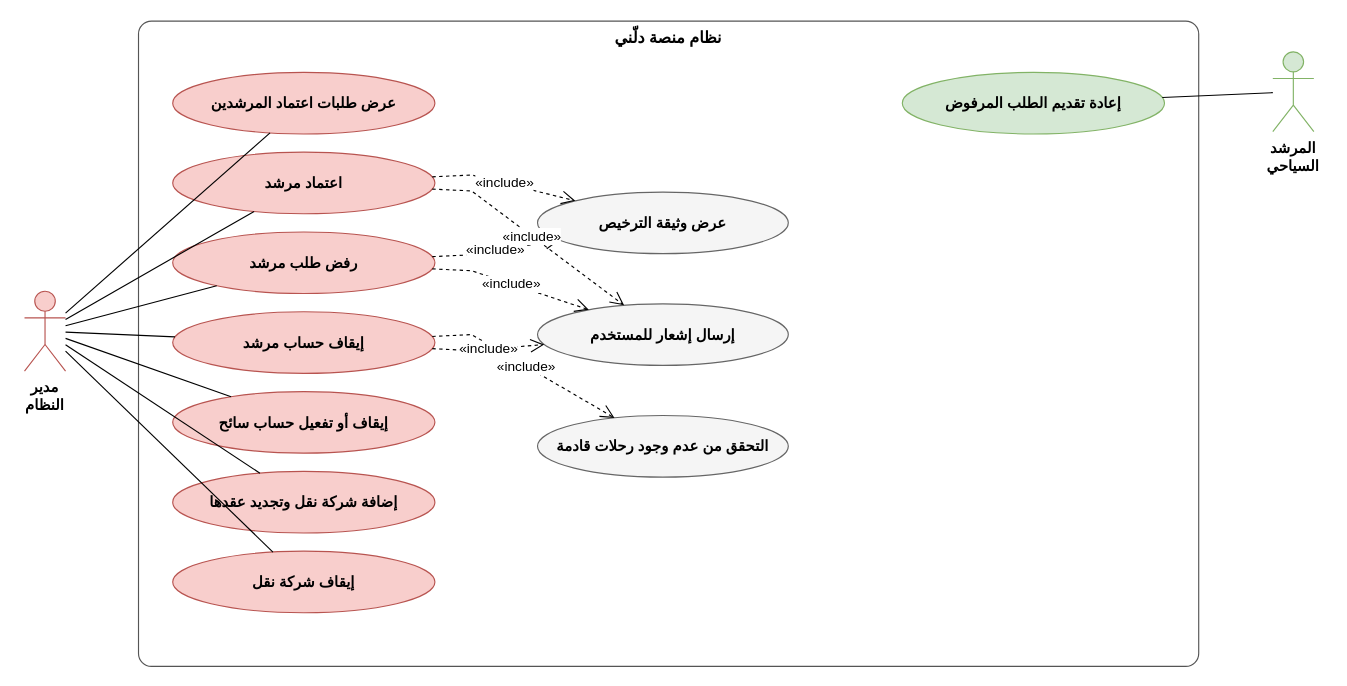
Earlier version of the draw.io diagram مخططات_التحليل_drawio/uc03_users.drawio (masara-prog/Delni-project). Source tidied: cells renumbered, new cells numbered last; positions are measured from the earlier drawing's top-left corner, leaving out a move shared by most shapes. Both pictures are drawn from the tidied source at 114%, with x=0, y=0 at pixel (24, 21).
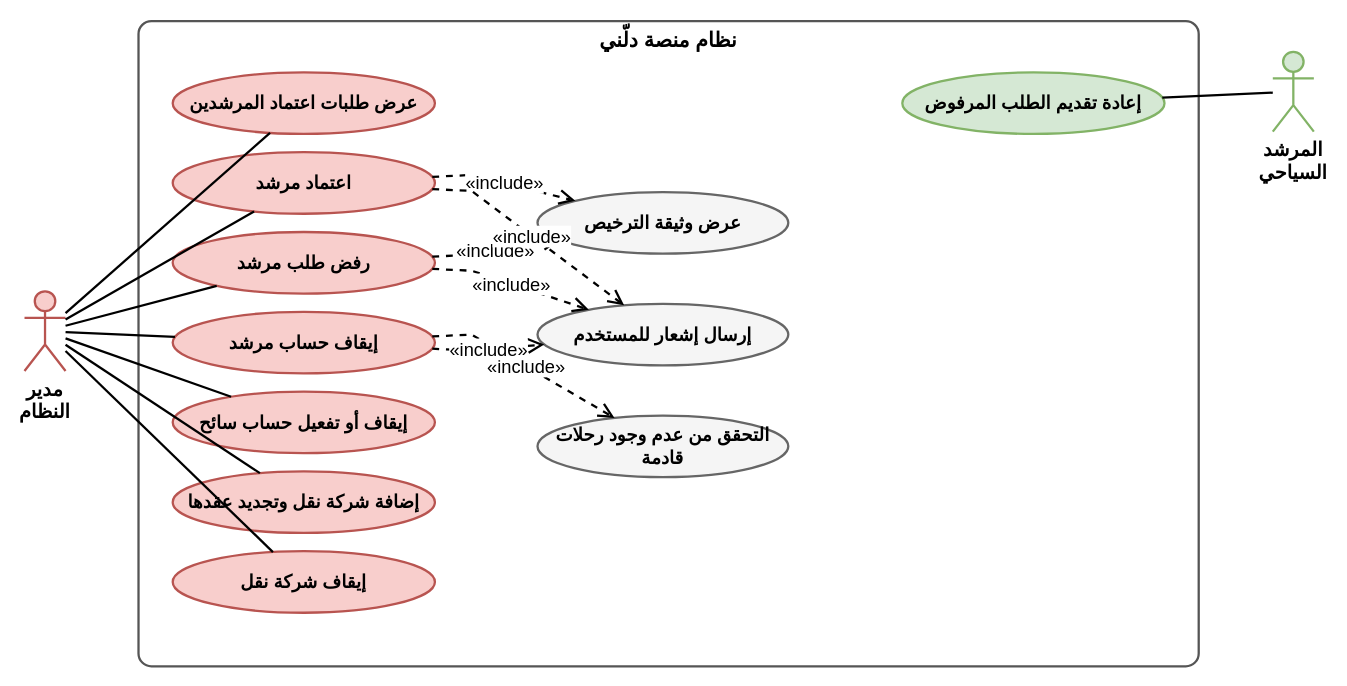
The same page after the edit.

What changed in the source:
```diff
@@
-    <mxCell id="2" value="عرض طلبات اعتماد المرشدين" style="ellipse;html=1;whiteSpace=wrap;fontFamily=Arial;fontSize=13;fontStyle=1;fillColor=#f8cecc;strokeColor=#b85450;" parent="1" vertex="1">
+    <mxCell id="2" value="عرض طلبات اعتماد المرشدين" style="ellipse;html=1;whiteSpace=wrap;fontFamily=Arial;fontSize=16;fontStyle=1;fillColor=#f8cecc;strokeColor=#b85450;strokeWidth=2;" parent="1" vertex="1">
       <mxGeometry x="130" y="45" width="230" height="54" as="geometry" />
     </mxCell>
-    <mxCell id="3" value="اعتماد مرشد" style="ellipse;html=1;whiteSpace=wrap;fontFamily=Arial;fontSize=13;fontStyle=1;fillColor=#f8cecc;strokeColor=#b85450;" parent="1" vertex="1">
+    <mxCell id="3" value="اعتماد مرشد" style="ellipse;html=1;whiteSpace=wrap;fontFamily=Arial;fontSize=16;fontStyle=1;fillColor=#f8cecc;strokeColor=#b85450;strokeWidth=2;" parent="1" vertex="1">
       <mxGeometry x="130" y="115" width="230" height="54" as="geometry" />
     </mxCell>
-    <mxCell id="4" value="رفض طلب مرشد" style="ellipse;html=1;whiteSpace=wrap;fontFamily=Arial;fontSize=13;fontStyle=1;fillColor=#f8cecc;strokeColor=#b85450;" parent="1" vertex="1">
+    <mxCell id="4" value="رفض طلب مرشد" style="ellipse;html=1;whiteSpace=wrap;fontFamily=Arial;fontSize=16;fontStyle=1;fillColor=#f8cecc;strokeColor=#b85450;strokeWidth=2;" parent="1" vertex="1">
       <mxGeometry x="130" y="185" width="230" height="54" as="geometry" />
     </mxCell>
-    <mxCell id="5" value="إيقاف حساب مرشد" style="ellipse;html=1;whiteSpace=wrap;fontFamily=Arial;fontSize=13;fontStyle=1;fillColor=#f8cecc;strokeColor=#b85450;" parent="1" vertex="1">
+    <mxCell id="5" value="إيقاف حساب مرشد" style="ellipse;html=1;whiteSpace=wrap;fontFamily=Arial;fontSize=16;fontStyle=1;fillColor=#f8cecc;strokeColor=#b85450;strokeWidth=2;" parent="1" vertex="1">
       <mxGeometry x="130" y="255" width="230" height="54" as="geometry" />
     </mxCell>
-    <mxCell id="6" value="إيقاف أو تفعيل حساب سائح" style="ellipse;html=1;whiteSpace=wrap;fontFamily=Arial;fontSize=13;fontStyle=1;fillColor=#f8cecc;strokeColor=#b85450;" parent="1" vertex="1">
+    <mxCell id="6" value="إيقاف أو تفعيل حساب سائح" style="ellipse;html=1;whiteSpace=wrap;fontFamily=Arial;fontSize=16;fontStyle=1;fillColor=#f8cecc;strokeColor=#b85450;strokeWidth=2;" parent="1" vertex="1">
       <mxGeometry x="130" y="325" width="230" height="54" as="geometry" />
     </mxCell>
-    <mxCell id="7" value="إضافة شركة نقل وتجديد عقدها" style="ellipse;html=1;whiteSpace=wrap;fontFamily=Arial;fontSize=13;fontStyle=1;fillColor=#f8cecc;strokeColor=#b85450;" parent="1" vertex="1">
+    <mxCell id="7" value="إضافة شركة نقل وتجديد عقدها" style="ellipse;html=1;whiteSpace=wrap;fontFamily=Arial;fontSize=16;fontStyle=1;fillColor=#f8cecc;strokeColor=#b85450;strokeWidth=2;" parent="1" vertex="1">
       <mxGeometry x="130" y="395" width="230" height="54" as="geometry" />
     </mxCell>
-    <mxCell id="8" value="إيقاف شركة نقل" style="ellipse;html=1;whiteSpace=wrap;fontFamily=Arial;fontSize=13;fontStyle=1;fillColor=#f8cecc;strokeColor=#b85450;" parent="1" vertex="1">
+    <mxCell id="8" value="إيقاف شركة نقل" style="ellipse;html=1;whiteSpace=wrap;fontFamily=Arial;fontSize=16;fontStyle=1;fillColor=#f8cecc;strokeColor=#b85450;strokeWidth=2;" parent="1" vertex="1">
       <mxGeometry x="130" y="465" width="230" height="54" as="geometry" />
     </mxCell>
-    <mxCell id="9" value="مدير النظام" style="shape=umlActor;verticalLabelPosition=bottom;verticalAlign=top;html=1;whiteSpace=wrap;fontFamily=Arial;fontSize=13;fontStyle=1;fillColor=#f8cecc;strokeColor=#b85450;" parent="1" vertex="1">
+    <mxCell id="9" value="مدير النظام" style="shape=umlActor;verticalLabelPosition=bottom;verticalAlign=top;html=1;whiteSpace=wrap;fontFamily=Arial;fontSize=17;fontStyle=1;fillColor=#f8cecc;strokeColor=#b85450;strokeWidth=2;" parent="1" vertex="1">
       <mxGeometry y="237" width="36" height="70" as="geometry" />
     </mxCell>
-    <mxCell id="10" value="إعادة تقديم الطلب المرفوض" style="ellipse;html=1;whiteSpace=wrap;fontFamily=Arial;fontSize=13;fontStyle=1;fillColor=#d5e8d4;strokeColor=#82b366;" parent="1" vertex="1">
+    <mxCell id="10" value="إعادة تقديم الطلب المرفوض" style="ellipse;html=1;whiteSpace=wrap;fontFamily=Arial;fontSize=16;fontStyle=1;fillColor=#d5e8d4;strokeColor=#82b366;strokeWidth=2;" parent="1" vertex="1">
       <mxGeometry x="770" y="45" width="230" height="54" as="geometry" />
     </mxCell>
-    <mxCell id="11" value="المرشد السياحي" style="shape=umlActor;verticalLabelPosition=bottom;verticalAlign=top;html=1;whiteSpace=wrap;fontFamily=Arial;fontSize=13;fontStyle=1;fillColor=#d5e8d4;strokeColor=#82b366;" parent="1" vertex="1">
+    <mxCell id="11" value="المرشد السياحي" style="shape=umlActor;verticalLabelPosition=bottom;verticalAlign=top;html=1;whiteSpace=wrap;fontFamily=Arial;fontSize=17;fontStyle=1;fillColor=#d5e8d4;strokeColor=#82b366;strokeWidth=2;" parent="1" vertex="1">
       <mxGeometry x="1095" y="27" width="36" height="70" as="geometry" />
     </mxCell>
-    <mxCell id="12" value="عرض وثيقة الترخيص" style="ellipse;html=1;whiteSpace=wrap;fontFamily=Arial;fontSize=13;fontStyle=1;fillColor=#f5f5f5;strokeColor=#666666;" parent="1" vertex="1">
+    <mxCell id="12" value="عرض وثيقة الترخيص" style="ellipse;html=1;whiteSpace=wrap;fontFamily=Arial;fontSize=16;fontStyle=1;fillColor=#f5f5f5;strokeColor=#666666;strokeWidth=2;" parent="1" vertex="1">
       <mxGeometry x="450" y="150" width="220" height="54" as="geometry" />
     </mxCell>
-    <mxCell id="13" value="إرسال إشعار للمستخدم" style="ellipse;html=1;whiteSpace=wrap;fontFamily=Arial;fontSize=13;fontStyle=1;fillColor=#f5f5f5;strokeColor=#666666;" parent="1" vertex="1">
+    <mxCell id="13" value="إرسال إشعار للمستخدم" style="ellipse;html=1;whiteSpace=wrap;fontFamily=Arial;fontSize=16;fontStyle=1;fillColor=#f5f5f5;strokeColor=#666666;strokeWidth=2;" parent="1" vertex="1">
       <mxGeometry x="450" y="248" width="220" height="54" as="geometry" />
     </mxCell>
-    <mxCell id="14" value="التحقق من عدم وجود رحلات قادمة" style="ellipse;html=1;whiteSpace=wrap;fontFamily=Arial;fontSize=13;fontStyle=1;fillColor=#f5f5f5;strokeColor=#666666;" parent="1" vertex="1">
+    <mxCell id="14" value="التحقق من عدم وجود رحلات قادمة" style="ellipse;html=1;whiteSpace=wrap;fontFamily=Arial;fontSize=16;fontStyle=1;fillColor=#f5f5f5;strokeColor=#666666;strokeWidth=2;" parent="1" vertex="1">
       <mxGeometry x="450" y="346" width="220" height="54" as="geometry" />
     </mxCell>
-    <mxCell id="15" value="نظام منصة دلّني" style="rounded=1;arcSize=2;verticalAlign=top;fillColor=none;html=1;whiteSpace=wrap;fontFamily=Arial;fontSize=14;fontStyle=1;strokeColor=#555555;" parent="1" vertex="1">
+    <mxCell id="15" value="نظام منصة دلّني" style="rounded=1;arcSize=2;verticalAlign=top;fillColor=none;html=1;whiteSpace=wrap;fontFamily=Arial;fontSize=18;fontStyle=1;strokeColor=#555555;strokeWidth=2;" parent="1" vertex="1">
       <mxGeometry x="100" width="930" height="566" as="geometry" />
     </mxCell>
-    <mxCell id="16" style="endArrow=none;html=1;rounded=0;fontFamily=Arial;fontSize=12;labelBackgroundColor=#ffffff;" parent="1" edge="1" source="9" target="2">
+    <mxCell id="16" style="endArrow=none;html=1;rounded=0;fontFamily=Arial;fontSize=16;labelBackgroundColor=#ffffff;strokeWidth=2;" parent="1" edge="1" source="9" target="2">
       <mxGeometry relative="1" as="geometry" />
     </mxCell>
-    <mxCell id="17" style="endArrow=none;html=1;rounded=0;fontFamily=Arial;fontSize=12;labelBackgroundColor=#ffffff;" parent="1" edge="1" source="9" target="3">
+    <mxCell id="17" style="endArrow=none;html=1;rounded=0;fontFamily=Arial;fontSize=16;labelBackgroundColor=#ffffff;strokeWidth=2;" parent="1" edge="1" source="9" target="3">
       <mxGeometry relative="1" as="geometry" />
     </mxCell>
-    <mxCell id="18" style="endArrow=none;html=1;rounded=0;fontFamily=Arial;fontSize=12;labelBackgroundColor=#ffffff;" parent="1" edge="1" source="9" target="4">
+    <mxCell id="18" style="endArrow=none;html=1;rounded=0;fontFamily=Arial;fontSize=16;labelBackgroundColor=#ffffff;strokeWidth=2;" parent="1" edge="1" source="9" target="4">
       <mxGeometry relative="1" as="geometry" />
     </mxCell>
-    <mxCell id="19" style="endArrow=none;html=1;rounded=0;fontFamily=Arial;fontSize=12;labelBackgroundColor=#ffffff;" parent="1" edge="1" source="9" target="5">
+    <mxCell id="19" style="endArrow=none;html=1;rounded=0;fontFamily=Arial;fontSize=16;labelBackgroundColor=#ffffff;strokeWidth=2;" parent="1" edge="1" source="9" target="5">
       <mxGeometry relative="1" as="geometry" />
     </mxCell>
-    <mxCell id="20" style="endArrow=none;html=1;rounded=0;fontFamily=Arial;fontSize=12;labelBackgroundColor=#ffffff;" parent="1" edge="1" source="9" target="6">
+    <mxCell id="20" style="endArrow=none;html=1;rounded=0;fontFamily=Arial;fontSize=16;labelBackgroundColor=#ffffff;strokeWidth=2;" parent="1" edge="1" source="9" target="6">
       <mxGeometry relative="1" as="geometry" />
     </mxCell>
-    <mxCell id="21" style="endArrow=none;html=1;rounded=0;fontFamily=Arial;fontSize=12;labelBackgroundColor=#ffffff;" parent="1" edge="1" source="9" target="7">
+    <mxCell id="21" style="endArrow=none;html=1;rounded=0;fontFamily=Arial;fontSize=16;labelBackgroundColor=#ffffff;strokeWidth=2;" parent="1" edge="1" source="9" target="7">
       <mxGeometry relative="1" as="geometry" />
     </mxCell>
-    <mxCell id="22" style="endArrow=none;html=1;rounded=0;fontFamily=Arial;fontSize=12;labelBackgroundColor=#ffffff;" parent="1" edge="1" source="9" target="8">
+    <mxCell id="22" style="endArrow=none;html=1;rounded=0;fontFamily=Arial;fontSize=16;labelBackgroundColor=#ffffff;strokeWidth=2;" parent="1" edge="1" source="9" target="8">
       <mxGeometry relative="1" as="geometry" />
     </mxCell>
-    <mxCell id="23" style="endArrow=none;html=1;rounded=0;fontFamily=Arial;fontSize=12;labelBackgroundColor=#ffffff;" parent="1" edge="1" source="11" target="10">
+    <mxCell id="23" style="endArrow=none;html=1;rounded=0;fontFamily=Arial;fontSize=16;labelBackgroundColor=#ffffff;strokeWidth=2;" parent="1" edge="1" source="11" target="10">
       <mxGeometry relative="1" as="geometry" />
     </mxCell>
-    <mxCell id="24" value="«include»" style="dashed=1;endArrow=open;endSize=10;html=1;rounded=0;fontFamily=Arial;fontSize=12;labelBackgroundColor=#ffffff;" parent="1" edge="1" source="3" target="12">
+    <mxCell id="24" value="«include»" style="dashed=1;endArrow=open;endSize=10;html=1;rounded=0;fontFamily=Arial;fontSize=16;labelBackgroundColor=#ffffff;strokeWidth=2;" parent="1" edge="1" source="3" target="12">
       <mxGeometry relative="1" as="geometry">
         <Array as="points">
           <mxPoint x="392.2" y="135" />
         </Array>
       </mxGeometry>
     </mxCell>
-    <mxCell id="25" value="«include»" style="dashed=1;endArrow=open;endSize=10;html=1;rounded=0;fontFamily=Arial;fontSize=12;labelBackgroundColor=#ffffff;" parent="1" edge="1" source="4" target="12">
+    <mxCell id="25" value="«include»" style="dashed=1;endArrow=open;endSize=10;html=1;rounded=0;fontFamily=Arial;fontSize=16;labelBackgroundColor=#ffffff;strokeWidth=2;" parent="1" edge="1" source="4" target="12">
       <mxGeometry relative="1" as="geometry">
         <Array as="points">
           <mxPoint x="392.2" y="205" />
         </Array>
       </mxGeometry>
     </mxCell>
-    <mxCell id="26" value="«include»" style="dashed=1;endArrow=open;endSize=10;html=1;rounded=0;fontFamily=Arial;fontSize=12;labelBackgroundColor=#ffffff;" parent="1" edge="1" source="5" target="14">
+    <mxCell id="26" value="«include»" style="dashed=1;endArrow=open;endSize=10;html=1;rounded=0;fontFamily=Arial;fontSize=16;labelBackgroundColor=#ffffff;strokeWidth=2;" parent="1" edge="1" source="5" target="14">
       <mxGeometry relative="1" as="geometry">
         <Array as="points">
           <mxPoint x="392.2" y="275" />
         </Array>
       </mxGeometry>
     </mxCell>
-    <mxCell id="27" value="«include»" style="dashed=1;endArrow=open;endSize=10;html=1;rounded=0;fontFamily=Arial;fontSize=12;labelBackgroundColor=#ffffff;" parent="1" edge="1" source="3" target="13">
+    <mxCell id="27" value="«include»" style="dashed=1;endArrow=open;endSize=10;html=1;rounded=0;fontFamily=Arial;fontSize=16;labelBackgroundColor=#ffffff;strokeWidth=2;" parent="1" edge="1" source="3" target="13">
       <mxGeometry relative="1" as="geometry">
         <Array as="points">
           <mxPoint x="392.2" y="149" />
         </Array>
       </mxGeometry>
     </mxCell>
-    <mxCell id="28" value="«include»" style="dashed=1;endArrow=open;endSize=10;html=1;rounded=0;fontFamily=Arial;fontSize=12;labelBackgroundColor=#ffffff;" parent="1" edge="1" source="4" target="13">
+    <mxCell id="28" value="«include»" style="dashed=1;endArrow=open;endSize=10;html=1;rounded=0;fontFamily=Arial;fontSize=16;labelBackgroundColor=#ffffff;strokeWidth=2;" parent="1" edge="1" source="4" target="13">
       <mxGeometry relative="1" as="geometry">
         <Array as="points">
           <mxPoint x="392.2" y="219" />
         </Array>
       </mxGeometry>
     </mxCell>
-    <mxCell id="29" value="«include»" style="dashed=1;endArrow=open;endSize=10;html=1;rounded=0;fontFamily=Arial;fontSize=12;labelBackgroundColor=#ffffff;" parent="1" edge="1" source="5" target="13">
+    <mxCell id="29" value="«include»" style="dashed=1;endArrow=open;endSize=10;html=1;rounded=0;fontFamily=Arial;fontSize=16;labelBackgroundColor=#ffffff;strokeWidth=2;" parent="1" edge="1" source="5" target="13">
       <mxGeometry relative="1" as="geometry">
         <Array as="points">
           <mxPoint x="392.2" y="289" />
         </Array>
       </mxGeometry>
     </mxCell>
```
